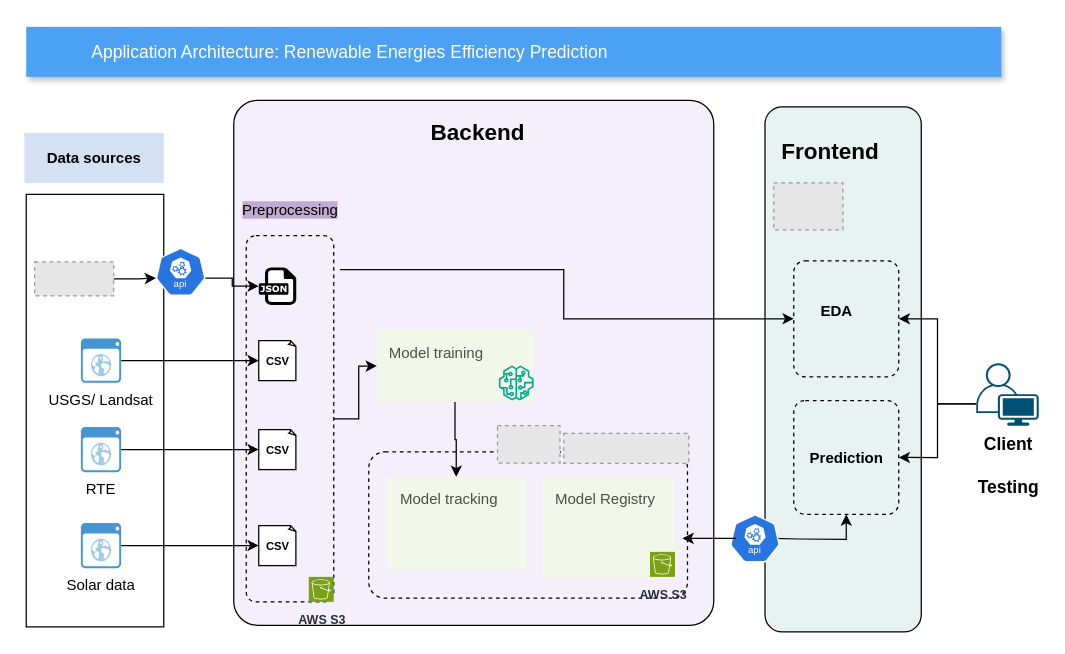
Before: Architecture-dsfs-36-REpredict.drawio in enavarrento/test_draw.io, a draw.io diagram. Source tidied: cells renumbered, new cells numbered last; positions are measured from the earlier drawing's top-left corner, leaving out a move shared by most shapes. Both pictures are drawn from the tidied source at 125%, with x=0, y=0 at pixel (24, 26). Pictures stored in the file or linked from it are replaced by grey dashed boxes.
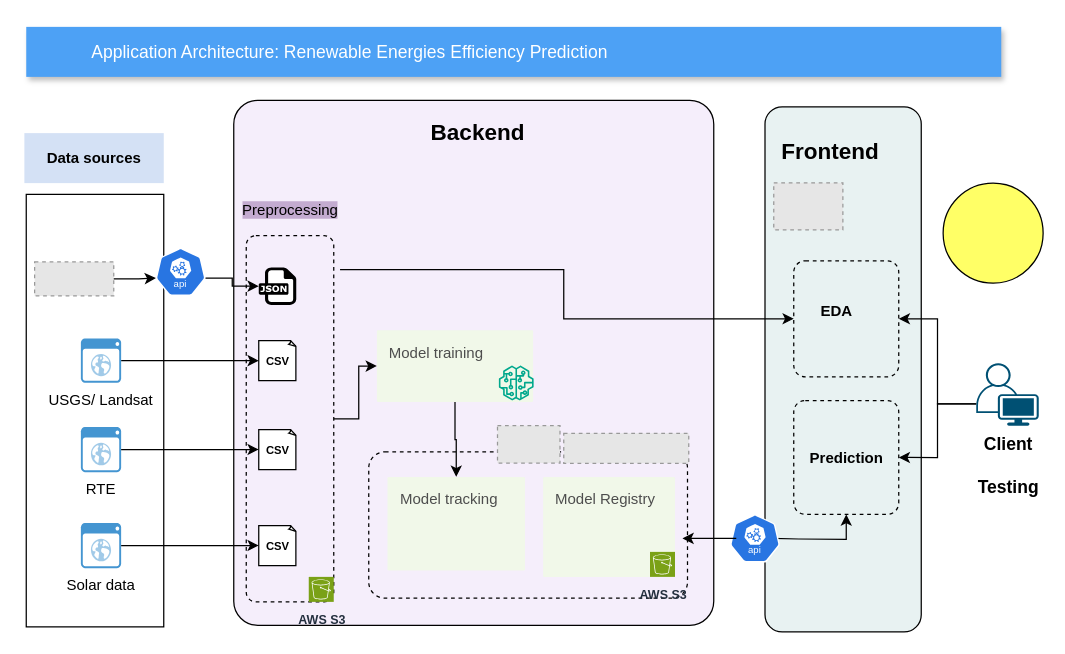
After the change.

Commit message:
Update yellow circle Architecture-dsfs-36-REpredict.drawio

Change to the diagram source:
```diff
@@
+    <mxCell id="48" style="ellipse;whiteSpace=wrap;html=1;fillColor=#FFFF66;" parent="1" vertex="1">
+      <mxGeometry x="735" y="125" width="80" height="80" as="geometry" />
+    </mxCell>
```
